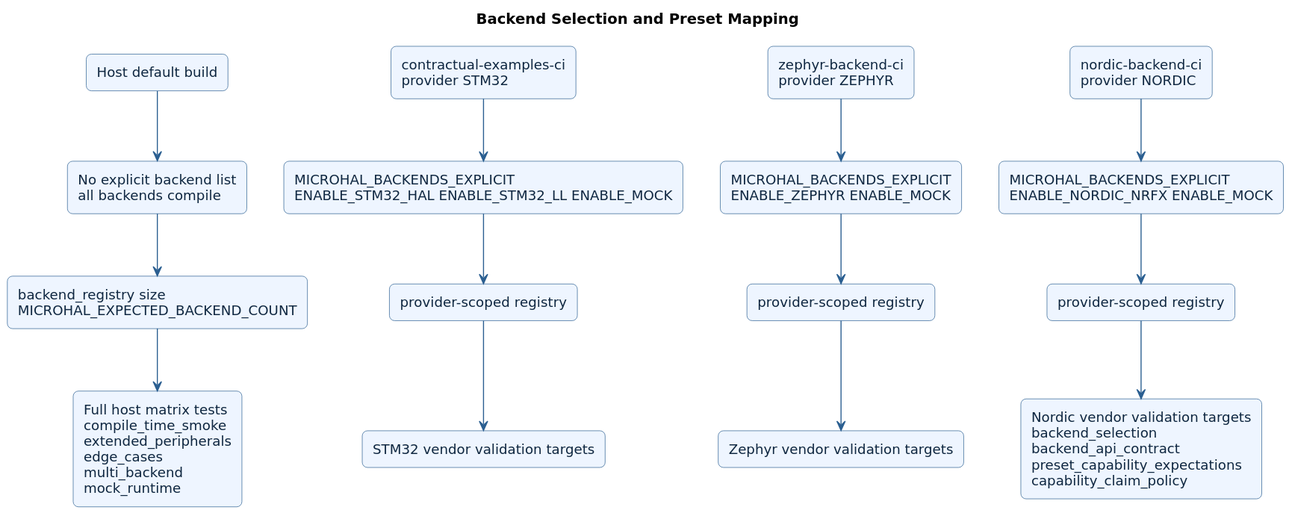
jwbmwv/microHAL keeps this PlantUML diagram as docs/diagrams/generated/backend_selection_preset_map.svg. Above is the earlier version. The source it was exported from:
```plantuml
@startuml
!include theme.puml
title Backend Selection and Preset Mapping
top to bottom direction

rectangle "Host default build" as P0
rectangle "contractual-examples-ci\nprovider STM32" as P1
rectangle "zephyr-backend-ci\nprovider ZEPHYR" as P2
rectangle "nordic-backend-ci\nprovider NORDIC" as P3

rectangle "No explicit backend list\nall backends compile" as M0
rectangle "MICROHAL_BACKENDS_EXPLICIT\nENABLE_STM32_HAL ENABLE_STM32_LL ENABLE_MOCK" as M1
rectangle "MICROHAL_BACKENDS_EXPLICIT\nENABLE_ZEPHYR ENABLE_MOCK" as M2
rectangle "MICROHAL_BACKENDS_EXPLICIT\nENABLE_NORDIC_NRFX ENABLE_MOCK" as M3

rectangle "backend_registry size\nMICROHAL_EXPECTED_BACKEND_COUNT" as R0
rectangle "provider-scoped registry" as R1
rectangle "provider-scoped registry" as R2
rectangle "provider-scoped registry" as R3

rectangle "Full host matrix tests\ncompile_time_smoke\nextended_peripherals\nedge_cases\nmulti_backend\nmock_runtime" as T0
rectangle "STM32 vendor validation targets" as T1
rectangle "Zephyr vendor validation targets" as T2
rectangle "Nordic vendor validation targets\nbackend_selection\nbackend_api_contract\npreset_capability_expectations\ncapability_claim_policy" as T3

P0 --> M0
M0 --> R0
R0 --> T0

P1 --> M1
M1 --> R1
R1 --> T1

P2 --> M2
M2 --> R2
R2 --> T2

P3 --> M3
M3 --> R3
R3 --> T3
@enduml
```
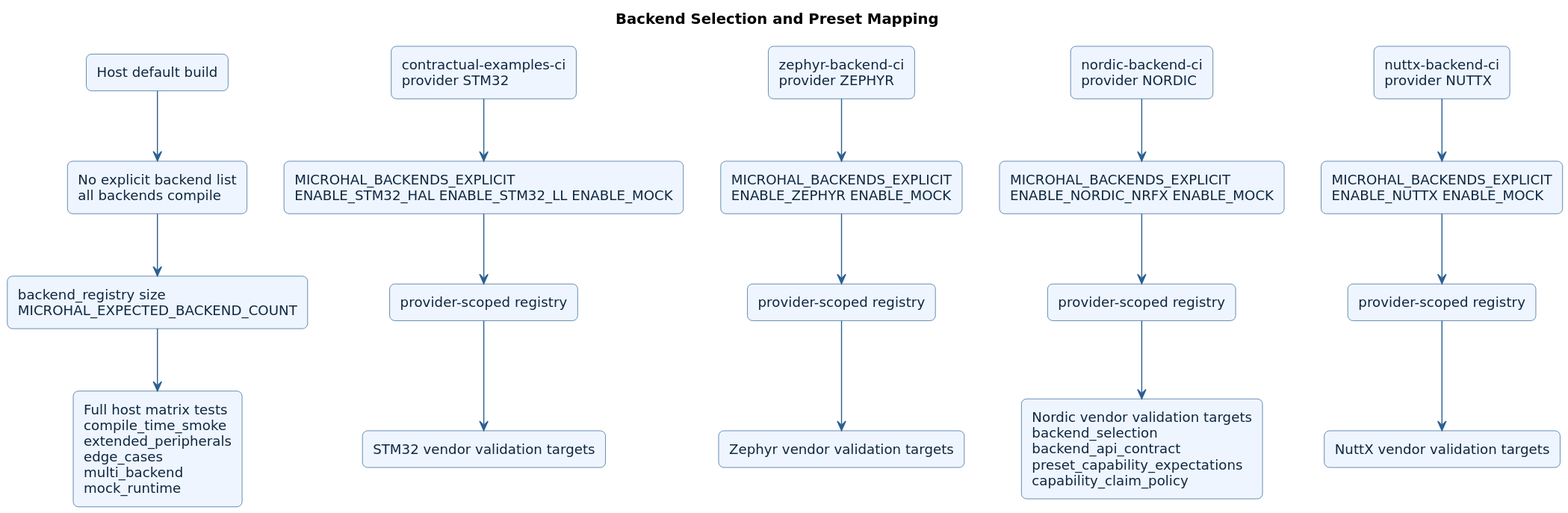
The same diagram one commit later.

What changed in the source:
```diff
@@ -7,21 +7,25 @@
 rectangle "contractual-examples-ci\nprovider STM32" as P1
 rectangle "zephyr-backend-ci\nprovider ZEPHYR" as P2
 rectangle "nordic-backend-ci\nprovider NORDIC" as P3
+rectangle "nuttx-backend-ci\nprovider NUTTX" as P4
 
 rectangle "No explicit backend list\nall backends compile" as M0
 rectangle "MICROHAL_BACKENDS_EXPLICIT\nENABLE_STM32_HAL ENABLE_STM32_LL ENABLE_MOCK" as M1
 rectangle "MICROHAL_BACKENDS_EXPLICIT\nENABLE_ZEPHYR ENABLE_MOCK" as M2
 rectangle "MICROHAL_BACKENDS_EXPLICIT\nENABLE_NORDIC_NRFX ENABLE_MOCK" as M3
+rectangle "MICROHAL_BACKENDS_EXPLICIT\nENABLE_NUTTX ENABLE_MOCK" as M4
 
 rectangle "backend_registry size\nMICROHAL_EXPECTED_BACKEND_COUNT" as R0
 rectangle "provider-scoped registry" as R1
 rectangle "provider-scoped registry" as R2
 rectangle "provider-scoped registry" as R3
+rectangle "provider-scoped registry" as R4
 
 rectangle "Full host matrix tests\ncompile_time_smoke\nextended_peripherals\nedge_cases\nmulti_backend\nmock_runtime" as T0
 rectangle "STM32 vendor validation targets" as T1
 rectangle "Zephyr vendor validation targets" as T2
 rectangle "Nordic vendor validation targets\nbackend_selection\nbackend_api_contract\npreset_capability_expectations\ncapability_claim_policy" as T3
+rectangle "NuttX vendor validation targets" as T4
 
 P0 --> M0
 M0 --> R0
@@ -38,4 +42,8 @@
 P3 --> M3
 M3 --> R3
 R3 --> T3
+
+P4 --> M4
+M4 --> R4
+R4 --> T4
 @enduml
```
